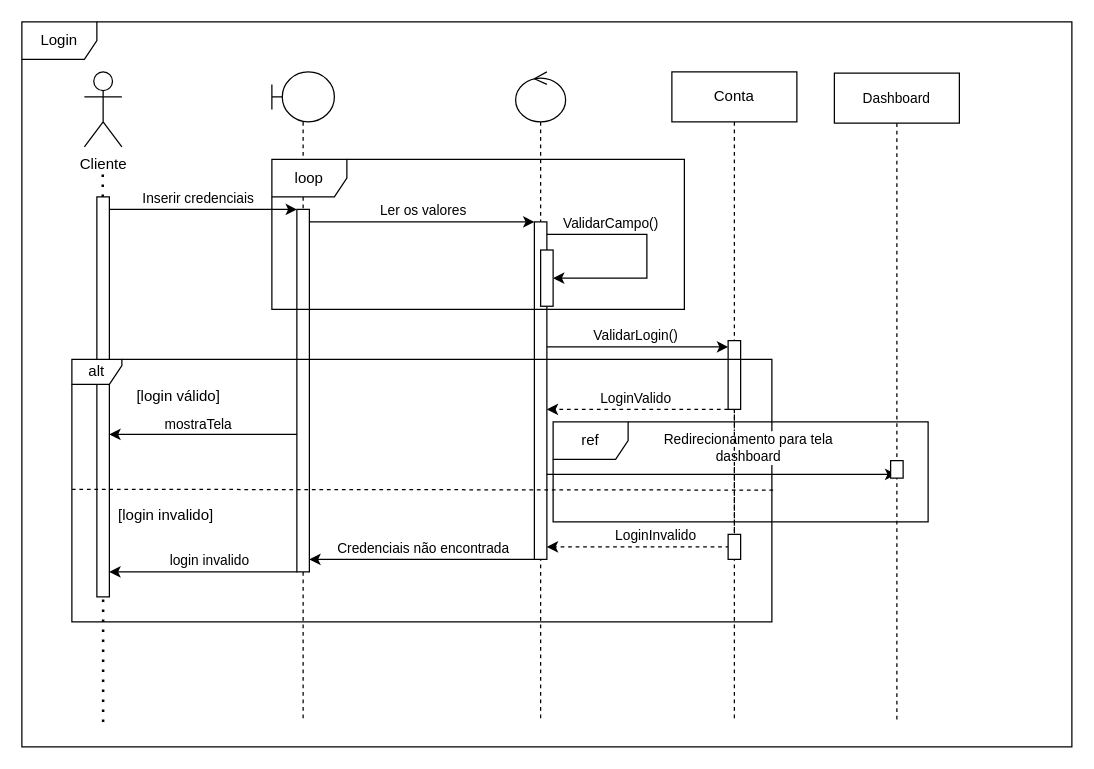
Earlier version of the draw.io diagram Documentação InovaMed/Diagram de sequencia Login.drawio (orodrigoapolo/inovaMed). Source tidied: cells renumbered, new cells numbered last; positions are measured from the earlier drawing's top-left corner, leaving out a move shared by most shapes. Both pictures are drawn from the tidied source at 125%, with x=0, y=0 at pixel (21, 21).
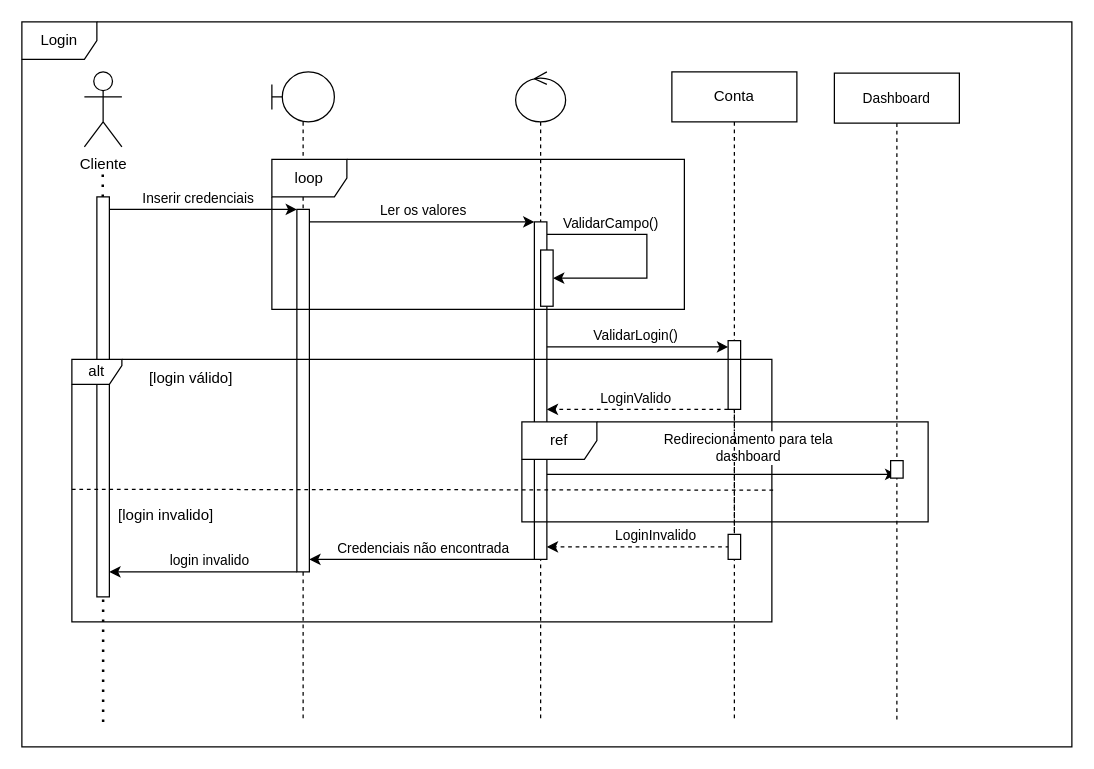
The same page after the edit.

Unchanged cells that the change refers to:
```xml
<mxCell id="5" style="html=1;points=[];perimeter=orthogonalPerimeter;outlineConnect=0;targetShapes=umlLifeline;portConstraint=eastwest;newEdgeStyle={&quot;edgeStyle&quot;:&quot;elbowEdgeStyle&quot;,&quot;elbow&quot;:&quot;vertical&quot;,&quot;curved&quot;:0,&quot;rounded&quot;:0};" parent="4" vertex="1">
  <mxGeometry x="20" y="110" width="10" height="290" as="geometry" />
</mxCell>
<mxCell id="16" style="html=1;points=[];perimeter=orthogonalPerimeter;outlineConnect=0;targetShapes=umlLifeline;portConstraint=eastwest;newEdgeStyle={&quot;edgeStyle&quot;:&quot;elbowEdgeStyle&quot;,&quot;elbow&quot;:&quot;vertical&quot;,&quot;curved&quot;:0,&quot;rounded&quot;:0};" parent="1" vertex="1">
  <mxGeometry x="60" y="140" width="10" height="320" as="geometry" />
</mxCell>
```

Change to the diagram source:
```diff
@@
-    <mxCell id="26" style="edgeStyle=elbowEdgeStyle;rounded=0;jettySize=auto;html=1;elbow=vertical;curved=0;" parent="1" edge="1" source="5" target="16">
-      <mxGeometry relative="1" as="geometry">
-        <Array as="points">
-          <mxPoint x="140" y="330" />
-        </Array>
-      </mxGeometry>
-    </mxCell>
-    <mxCell id="27" value="mostraTela" style="edgeLabel;html=1;align=center;verticalAlign=middle;" parent="26" vertex="1">
-      <mxGeometry x="0.16" y="-3" relative="1" as="geometry">
-        <mxPoint x="7" y="-6" as="offset" />
-      </mxGeometry>
-    </mxCell>
@@
     <mxCell id="29" value="[login válido]" style="text;html=1;align=center;verticalAlign=middle;strokeColor=none;fillColor=none;" parent="1" vertex="1">
-      <mxGeometry x="80" y="285" width="90" height="30" as="geometry" />
+      <mxGeometry x="90" y="270" width="90" height="30" as="geometry" />
     </mxCell>
@@
     <mxCell id="42" value="ref" style="shape=umlFrame;whiteSpace=wrap;html=1;" parent="1" vertex="1">
-      <mxGeometry x="425" y="320" width="300" height="80" as="geometry" />
+      <mxGeometry x="400" y="320" width="325" height="80" as="geometry" />
     </mxCell>
```
